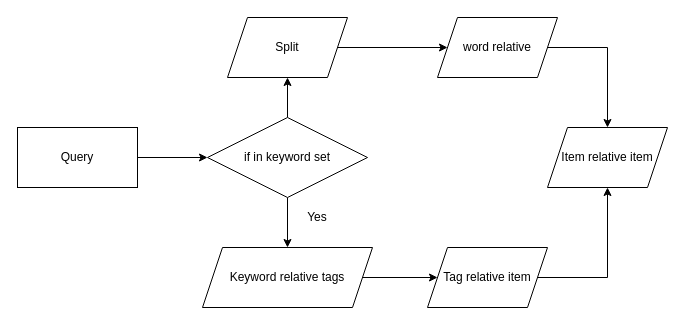
This is Recall.drawio from LunaXiong/Sokoban1.1, a draw.io file, before an edit. Source tidied: cells renumbered, new cells numbered last; positions are measured from the earlier drawing's top-left corner, leaving out a move shared by most shapes. Both pictures are drawn from the tidied source at 100%, with x=0, y=0 at pixel (17, 17).
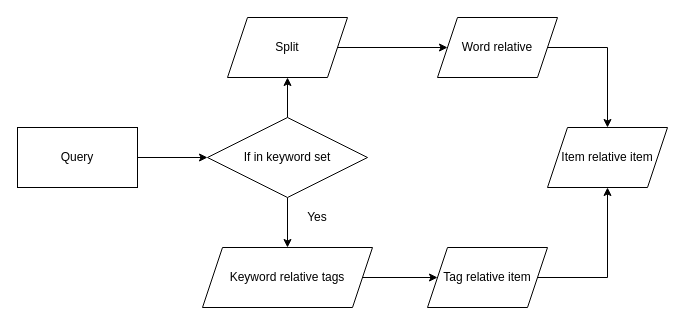
The same diagram, later.

What changed in the source:
```diff
@@
 <mxGraphModel>
   <root>
     <mxCell id="0" />
     <mxCell id="1" parent="0" />
     <mxCell id="2" style="edgeStyle=orthogonalEdgeStyle;rounded=0;jettySize=auto;html=1;entryX=0;entryY=0.5;entryDx=0;entryDy=0;" parent="1" edge="1" source="3" target="6">
       <mxGeometry relative="1" as="geometry" />
     </mxCell>
     <mxCell id="3" value="Query" style="rounded=0;whiteSpace=wrap;html=1;" parent="1" vertex="1">
       <mxGeometry y="110" width="120" height="60" as="geometry" />
     </mxCell>
     <mxCell id="4" style="edgeStyle=orthogonalEdgeStyle;rounded=0;jettySize=auto;html=1;" parent="1" edge="1" source="6" target="8">
       <mxGeometry relative="1" as="geometry" />
     </mxCell>
     <mxCell id="5" style="edgeStyle=orthogonalEdgeStyle;rounded=0;jettySize=auto;html=1;" parent="1" edge="1" source="6" target="15">
       <mxGeometry relative="1" as="geometry" />
     </mxCell>
-    <mxCell id="6" value="if in keyword set" style="rhombus;whiteSpace=wrap;html=1;" parent="1" vertex="1">
+    <mxCell id="6" value="If in keyword set" style="rhombus;whiteSpace=wrap;html=1;" parent="1" vertex="1">
       <mxGeometry x="190" y="100" width="160" height="80" as="geometry" />
     </mxCell>
     <mxCell id="7" style="edgeStyle=orthogonalEdgeStyle;rounded=0;jettySize=auto;html=1;" parent="1" edge="1" source="8" target="10">
       <mxGeometry relative="1" as="geometry" />
     </mxCell>
     <mxCell id="8" value="Split" style="shape=parallelogram;perimeter=parallelogramPerimeter;whiteSpace=wrap;html=1;fixedSize=1;" parent="1" vertex="1">
       <mxGeometry x="210" width="120" height="60" as="geometry" />
     </mxCell>
     <mxCell id="9" style="edgeStyle=orthogonalEdgeStyle;rounded=0;jettySize=auto;html=1;entryX=0.5;entryY=0;entryDx=0;entryDy=0;" parent="1" edge="1" source="10" target="11">
       <mxGeometry relative="1" as="geometry">
         <Array as="points">
           <mxPoint x="590" y="30" />
         </Array>
       </mxGeometry>
     </mxCell>
-    <mxCell id="10" value="word relative" style="shape=parallelogram;perimeter=parallelogramPerimeter;whiteSpace=wrap;html=1;fixedSize=1;" parent="1" vertex="1">
+    <mxCell id="10" value="Word relative" style="shape=parallelogram;perimeter=parallelogramPerimeter;whiteSpace=wrap;html=1;fixedSize=1;" parent="1" vertex="1">
       <mxGeometry x="420" width="120" height="60" as="geometry" />
     </mxCell>
     <mxCell id="11" value="Item relative item" style="shape=parallelogram;perimeter=parallelogramPerimeter;whiteSpace=wrap;html=1;fixedSize=1;" parent="1" vertex="1">
       <mxGeometry x="530" y="110" width="120" height="60" as="geometry" />
     </mxCell>
     <mxCell id="12" style="edgeStyle=orthogonalEdgeStyle;rounded=0;jettySize=auto;html=1;entryX=0.5;entryY=1;entryDx=0;entryDy=0;" parent="1" edge="1" source="13" target="11">
       <mxGeometry relative="1" as="geometry">
         <Array as="points">
           <mxPoint x="590" y="260" />
         </Array>
       </mxGeometry>
     </mxCell>
     <mxCell id="13" value="Tag relative item" style="shape=parallelogram;perimeter=parallelogramPerimeter;whiteSpace=wrap;html=1;fixedSize=1;" parent="1" vertex="1">
       <mxGeometry x="410" y="230" width="120" height="60" as="geometry" />
     </mxCell>
     <mxCell id="14" style="edgeStyle=orthogonalEdgeStyle;rounded=0;jettySize=auto;html=1;" parent="1" edge="1" source="15" target="13">
       <mxGeometry relative="1" as="geometry" />
     </mxCell>
     <mxCell id="15" value="Keyword relative tags" style="shape=parallelogram;perimeter=parallelogramPerimeter;whiteSpace=wrap;html=1;fixedSize=1;" parent="1" vertex="1">
       <mxGeometry x="185" y="230" width="170" height="60" as="geometry" />
     </mxCell>
     <mxCell id="16" value="Yes" style="text;html=1;strokeColor=none;fillColor=none;align=center;verticalAlign=middle;whiteSpace=wrap;rounded=0;" parent="1" vertex="1">
       <mxGeometry x="280" y="190" width="40" height="20" as="geometry" />
     </mxCell>
   </root>
 </mxGraphModel>
```
